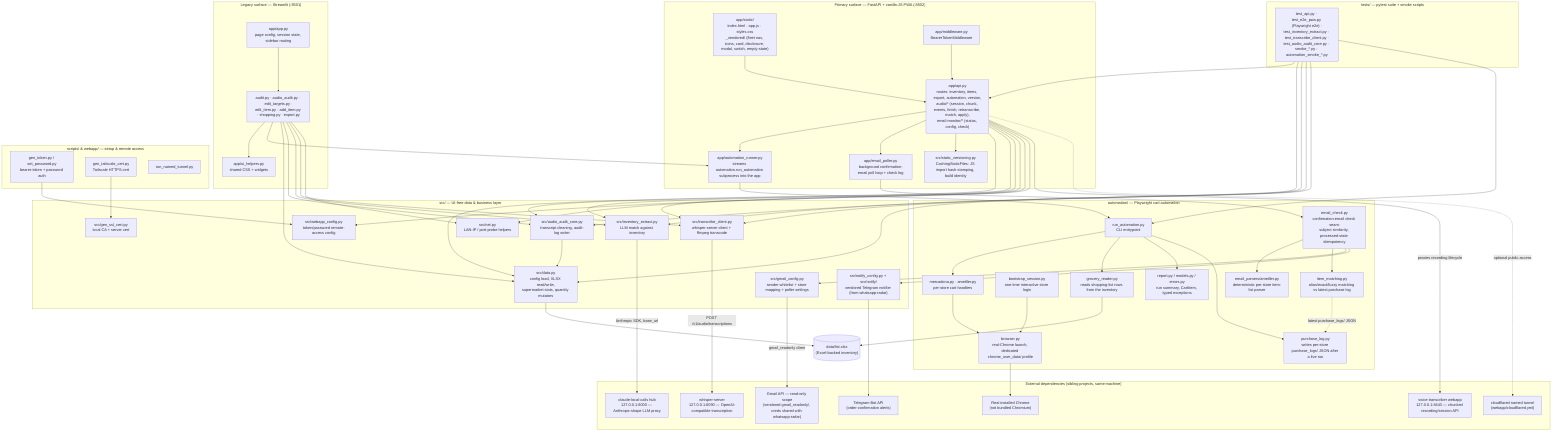
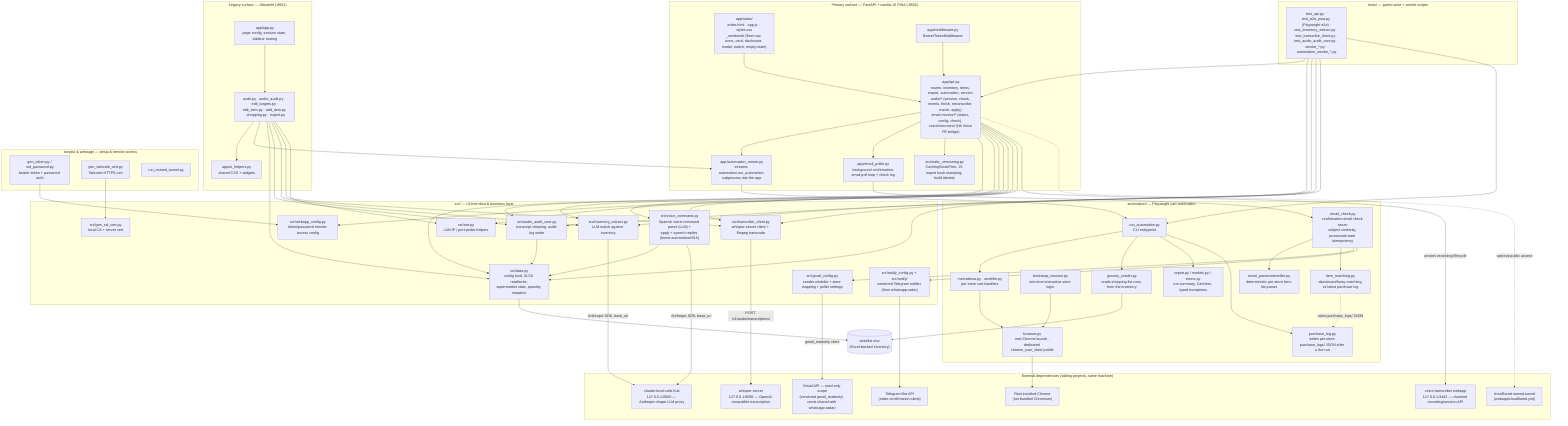
%% docs/architecture.mmd — this repo's own internal structure.
%% Hand-authored, not generated — unlike a fleet-wide crawled map, this
%% repo's own internal shape is semantic and can't be scraped the same way.
%% Update this diagram in the same PR as any material structural change (a
%% new mode/route, a module moved, a new external dependency wired in) —
%% same anti-staleness contract as this repo's own `.fleet.toml` `description`
%% field. See ferraroroberto/fleet-config#256 for the general convention.

flowchart TB
  subgraph frontend["Primary surface — FastAPI + vanilla-JS PWA (:8502)"]
    STATIC["app/static/\nindex.html · app.js · styles.css\n_vendored/ (fleet nav, icons, card, disclosure, modal, switch, empty-state)"]
-     API["app/api.py\nroutes: inventory, items, export, automation, version,\naudio/* (session, chunk, events, finish, retranscribe, match, apply),\nemail-monitor/* (status, config, check)"]
+     API["app/api.py\nroutes: inventory, items, export, automation, version,\naudio/* (session, chunk, events, finish, retranscribe, match, apply),\nemail-monitor/* (status, config, check), voice/command (HA Voice PE bridge)"]
    MW["app/middleware.py\nBearerTokenMiddleware"]
    RUNNER["app/automation_runner.py\nstreams automation.run_automation subprocess into the app"]
    POLLER["app/email_poller.py\nbackground confirmation-email poll loop + check log"]
    VERSIONING["src/static_versioning.py\nCachingStaticFiles: JS import hash-stamping, build identity"]
    STATIC --> API
    MW --> API
    API --> RUNNER
    API --> POLLER
    API --> VERSIONING
  end

  subgraph legacy["Legacy surface — Streamlit (:8501)"]
    APPPY["app/app.py\npage config, session state, sidebar routing"]
    MODES["audit.py · audio_audit.py · edit_targets.py ·\nedit_item.py · add_item.py · shopping.py · export.py"]
    UIHELP["app/ui_helpers.py\nshared CSS + widgets"]
    APPPY --> MODES
    MODES --> UIHELP
    MODES --> RUNNER
  end

  subgraph datalayer["src/ — UI-free data & business layer"]
    DATA["src/data.py\nconfig load, XLSX read/write,\nsupermarket stats, quantity mutators"]
    AUDIOCORE["src/audio_audit_core.py\ntranscript cleaning, audit-log writer"]
    EXTRACT["src/inventory_extract.py\nLLM match against inventory"]
+     VOICECMD["src/voice_command.py\nSpanish voice-command parse (LLM) +\napply + speech replies (home-automation#315)"]
    TRANSCRIBE["src/transcribe_client.py\nwhisper-server client + ffmpeg transcode"]
    NET["src/net.py\nLAN-IP / port-probe helpers"]
    WEBCFG["src/webapp_config.py\ntoken/password remote-access config"]
    GMAILCFG["src/gmail_config.py\nsender whitelist + store mapping + poller settings"]
    NOTIFYCFG["src/notify_config.py + src/notify/\nvendored Telegram notifier (from whatsapp-radar)"]
    SSL["src/gen_ssl_cert.py\nlocal CA + server cert"]
  end
  API --> DATA
  API --> AUDIOCORE
  API --> EXTRACT
+   API --> VOICECMD
+   VOICECMD --> DATA
  API --> TRANSCRIBE
  API --> NET
  API --> WEBCFG
  MODES --> DATA
  MODES --> AUDIOCORE
  MODES --> EXTRACT
  MODES --> TRANSCRIBE
  MODES --> NET
  AUDIOCORE --> DATA

  XLSX[("data/list.xlsx\n(Excel-backed inventory)")]
  DATA --> XLSX

  subgraph cartauto["automation/ — Playwright cart automation"]
    RUNAUTO["run_automation.py\nCLI entrypoint"]
    STOREMODS["mercadona.py · ametller.py\nper-store cart handlers"]
    BROWSER["browser.py\nreal-Chrome launch, dedicated chrome_user_data/ profile"]
    BOOTSTRAP["bootstrap_session.py\none-time interactive store login"]
    READER["grocery_reader.py\nreads shopping-list rows from the inventory"]
    REPORT["report.py / models.py / errors.py\nrun summary, CartItem, typed exceptions"]
    PURCHASELOG["purchase_log.py\nwrites per-store purchase_logs/ JSON after a live run"]
    EMAILCHECK["email_check.py\nconfirmation-email check seam:\nsubject similarity, processed-state idempotency"]
    EMAILPARSERS["email_parsers/ametller.py\ndeterministic per-store item-list parser"]
    ITEMMATCH["item_matching.py\nalias/exact/fuzzy matching vs latest purchase log"]
    RUNAUTO --> STOREMODS
    STOREMODS --> BROWSER
    BOOTSTRAP --> BROWSER
    RUNAUTO --> READER
    RUNAUTO --> REPORT
    RUNAUTO --> PURCHASELOG
    EMAILCHECK --> EMAILPARSERS
    EMAILCHECK --> ITEMMATCH
  end
  RUNNER --> RUNAUTO
  POLLER --> EMAILCHECK
  EMAILCHECK --> GMAILCFG
  EMAILCHECK --> NOTIFYCFG
  ITEMMATCH -.->|latest purchase_logs/ JSON| PURCHASELOG
  READER --> XLSX

  subgraph external["External dependencies (sibling projects, same machine)"]
    HUB["claude-local-calls hub\n127.0.0.1:8000 — Anthropic-shape LLM proxy"]
    WHISPER["whisper-server\n127.0.0.1:8090 — OpenAI-compatible transcription"]
    VOICET["voice-transcriber webapp\n127.0.0.1:8443 — chunked recording/session API"]
    CHROME["Real installed Chrome\n(not bundled Chromium)"]
    CLOUDFLARE["cloudflared named tunnel\n(webapp/cloudflared.yml)"]
    GMAILAPI["Gmail API — read-only scope\n(vendored gmail_readonly/, creds shared with whatsapp-radar)"]
    TELEGRAM["Telegram Bot API\n(order-confirmation alerts)"]
  end
  EXTRACT -->|Anthropic SDK, base_url| HUB
+   VOICECMD -->|Anthropic SDK, base_url| HUB
  TRANSCRIBE -->|POST /v1/audio/transcriptions| WHISPER
  API -->|proxies recording lifecycle| VOICET
  BROWSER --> CHROME
  API -.->|optional public access| CLOUDFLARE
  GMAILCFG -->|gmail_readonly client| GMAILAPI
  NOTIFYCFG --> TELEGRAM

  subgraph scripts["scripts/ & webapp/ — setup & remote access"]
    GENTOKEN["gen_token.py / set_password.py\nbearer-token + password auth"]
    TAILCERT["gen_tailscale_cert.py\nTailscale HTTPS cert"]
    TUNNEL["run_named_tunnel.py"]
  end
  GENTOKEN --> WEBCFG
  TAILCERT --> SSL

  subgraph tests["tests/ — pytest suite + smoke scripts"]
    TESTFILES["test_api.py · test_e2e_pwa.py (Playwright e2e) ·\ntest_inventory_extract.py · test_transcribe_client.py ·\ntest_audio_audit_core.py · smoke_*.py · automation_smoke_*.py"]
  end
  TESTFILES --> API
  TESTFILES --> DATA
  TESTFILES --> EXTRACT
  TESTFILES --> TRANSCRIBE
  TESTFILES --> AUDIOCORE
  TESTFILES --> RUNAUTO
